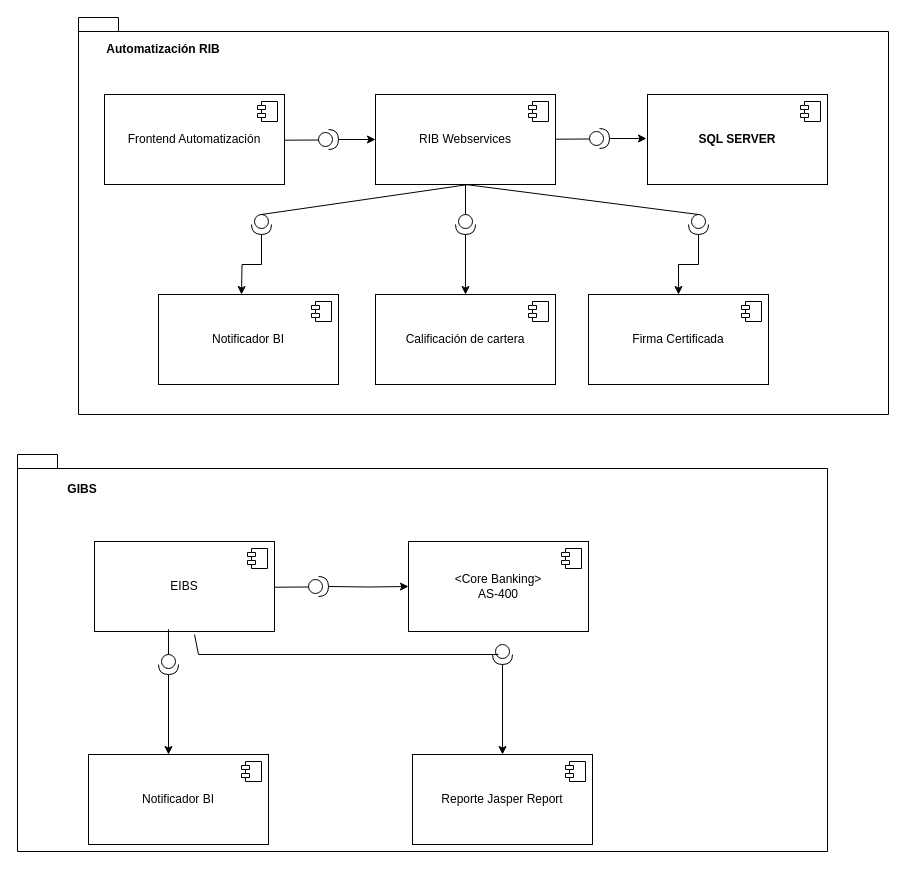
Earlier version of the draw.io diagram page "Página-1" (1 of 2) of DigramaComponentes.drawio (GonzaloDavid/diagramas). Source tidied: cells renumbered, new cells numbered last; positions are measured from the earlier drawing's top-left corner, leaving out a move shared by most shapes. Both pictures are drawn from the tidied source at 100%, with x=0, y=0 at pixel (17, 17).
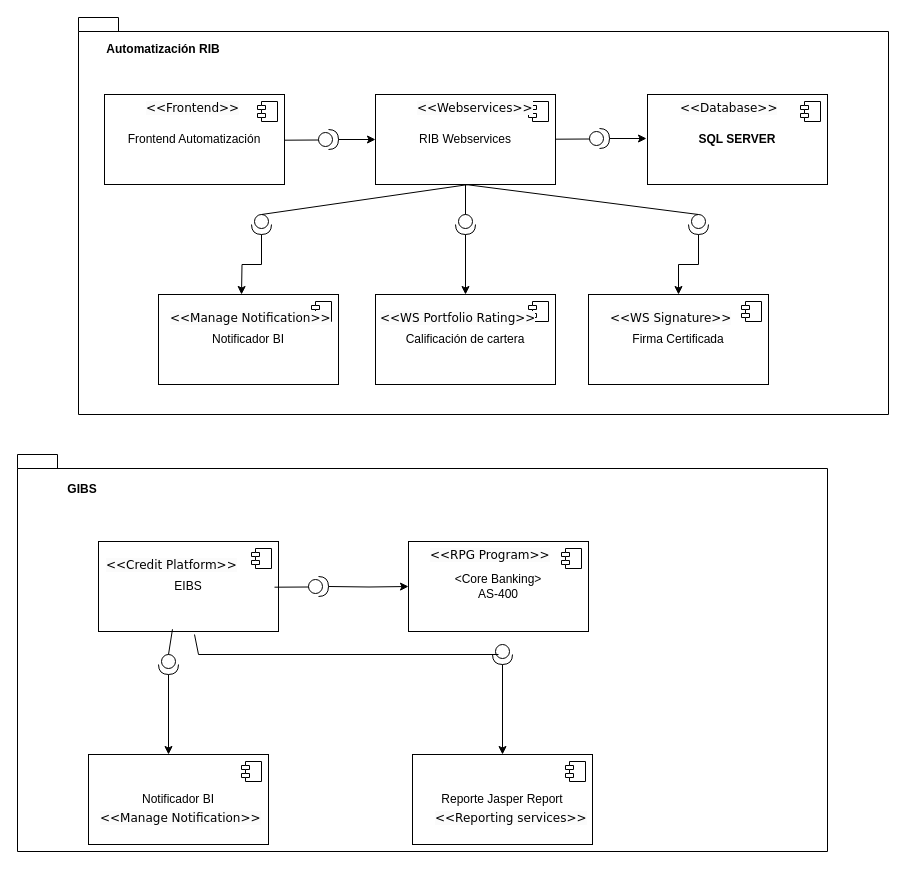
The same page after the edit.

The edit, as a diff of the source:
```diff
@@
     <mxCell id="34" value="EIBS" style="html=1;whiteSpace=wrap;" parent="1" vertex="1">
-      <mxGeometry x="77" y="524" width="180" height="90" as="geometry" />
+      <mxGeometry x="81" y="524" width="180" height="90" as="geometry" />
     </mxCell>
@@
+    <mxCell id="50" value="&lt;span style=&quot;color: rgb(0, 0, 0); font-family: Verdana; font-size: 12px; font-style: normal; font-variant-ligatures: normal; font-variant-caps: normal; font-weight: 400; letter-spacing: normal; orphans: 2; text-align: center; text-indent: 0px; text-transform: none; widows: 2; word-spacing: 0px; -webkit-text-stroke-width: 0px; white-space: nowrap; background-color: rgb(251, 251, 251); text-decoration-thickness: initial; text-decoration-style: initial; text-decoration-color: initial; display: inline !important; float: none;&quot;&gt;&amp;lt;&amp;lt;Frontend&amp;gt;&amp;gt;&lt;/span&gt;" style="text;whiteSpace=wrap;html=1;" parent="1" vertex="1">
+      <mxGeometry x="127" y="77" width="100" height="25" as="geometry" />
+    </mxCell>
+    <mxCell id="51" value="&lt;span style=&quot;color: rgb(0, 0, 0); font-family: Verdana; font-size: 12px; font-style: normal; font-variant-ligatures: normal; font-variant-caps: normal; font-weight: 400; letter-spacing: normal; orphans: 2; text-align: center; text-indent: 0px; text-transform: none; widows: 2; word-spacing: 0px; -webkit-text-stroke-width: 0px; white-space: nowrap; background-color: rgb(251, 251, 251); text-decoration-thickness: initial; text-decoration-style: initial; text-decoration-color: initial; display: inline !important; float: none;&quot;&gt;&amp;lt;&amp;lt;Webservices&amp;gt;&amp;gt;&lt;/span&gt;" style="text;whiteSpace=wrap;html=1;" parent="1" vertex="1">
+      <mxGeometry x="398" y="77" width="100" height="25" as="geometry" />
+    </mxCell>
+    <mxCell id="52" value="&lt;span style=&quot;color: rgb(0, 0, 0); font-family: Verdana; font-size: 12px; font-style: normal; font-variant-ligatures: normal; font-variant-caps: normal; font-weight: 400; letter-spacing: normal; orphans: 2; text-align: center; text-indent: 0px; text-transform: none; widows: 2; word-spacing: 0px; -webkit-text-stroke-width: 0px; white-space: nowrap; background-color: rgb(251, 251, 251); text-decoration-thickness: initial; text-decoration-style: initial; text-decoration-color: initial; display: inline !important; float: none;&quot;&gt;&amp;lt;&amp;lt;Database&amp;gt;&amp;gt;&lt;/span&gt;" style="text;whiteSpace=wrap;html=1;" parent="1" vertex="1">
+      <mxGeometry x="661" y="77" width="100" height="25" as="geometry" />
+    </mxCell>
+    <mxCell id="53" value="&lt;span style=&quot;color: rgb(0, 0, 0); font-family: Verdana; font-size: 12px; font-style: normal; font-variant-ligatures: normal; font-variant-caps: normal; font-weight: 400; letter-spacing: normal; orphans: 2; text-align: center; text-indent: 0px; text-transform: none; widows: 2; word-spacing: 0px; -webkit-text-stroke-width: 0px; white-space: nowrap; background-color: rgb(251, 251, 251); text-decoration-thickness: initial; text-decoration-style: initial; text-decoration-color: initial; display: inline !important; float: none;&quot;&gt;&amp;lt;&amp;lt;Manage Notification&amp;gt;&amp;gt;&lt;/span&gt;" style="text;whiteSpace=wrap;html=1;" parent="1" vertex="1">
+      <mxGeometry x="151" y="287" width="100" height="25" as="geometry" />
+    </mxCell>
+    <mxCell id="54" value="&lt;span style=&quot;color: rgb(0, 0, 0); font-family: Verdana; font-size: 12px; font-style: normal; font-variant-ligatures: normal; font-variant-caps: normal; font-weight: 400; letter-spacing: normal; orphans: 2; text-align: center; text-indent: 0px; text-transform: none; widows: 2; word-spacing: 0px; -webkit-text-stroke-width: 0px; white-space: nowrap; background-color: rgb(251, 251, 251); text-decoration-thickness: initial; text-decoration-style: initial; text-decoration-color: initial; display: inline !important; float: none;&quot;&gt;&amp;lt;&amp;lt;WS Portfolio Rating&amp;gt;&amp;gt;&lt;/span&gt;" style="text;whiteSpace=wrap;html=1;" parent="1" vertex="1">
+      <mxGeometry x="361" y="287" width="100" height="25" as="geometry" />
+    </mxCell>
+    <mxCell id="55" value="&lt;span style=&quot;color: rgb(0, 0, 0); font-family: Verdana; font-size: 12px; font-style: normal; font-variant-ligatures: normal; font-variant-caps: normal; font-weight: 400; letter-spacing: normal; orphans: 2; text-align: center; text-indent: 0px; text-transform: none; widows: 2; word-spacing: 0px; -webkit-text-stroke-width: 0px; white-space: nowrap; background-color: rgb(251, 251, 251); text-decoration-thickness: initial; text-decoration-style: initial; text-decoration-color: initial; display: inline !important; float: none;&quot;&gt;&amp;lt;&amp;lt;WS Signature&amp;gt;&amp;gt;&lt;/span&gt;" style="text;whiteSpace=wrap;html=1;" parent="1" vertex="1">
+      <mxGeometry x="591" y="287" width="100" height="25" as="geometry" />
+    </mxCell>
+    <mxCell id="56" value="&lt;span style=&quot;color: rgb(0, 0, 0); font-family: Verdana; font-size: 12px; font-style: normal; font-variant-ligatures: normal; font-variant-caps: normal; font-weight: 400; letter-spacing: normal; orphans: 2; text-align: center; text-indent: 0px; text-transform: none; widows: 2; word-spacing: 0px; -webkit-text-stroke-width: 0px; white-space: nowrap; background-color: rgb(251, 251, 251); text-decoration-thickness: initial; text-decoration-style: initial; text-decoration-color: initial; display: inline !important; float: none;&quot;&gt;&amp;lt;&amp;lt;Credit Platform&amp;gt;&amp;gt;&lt;/span&gt;" style="text;whiteSpace=wrap;html=1;" parent="1" vertex="1">
+      <mxGeometry x="87" y="534" width="100" height="25" as="geometry" />
+    </mxCell>
+    <mxCell id="57" value="&lt;span style=&quot;color: rgb(0, 0, 0); font-family: Verdana; font-size: 12px; font-style: normal; font-variant-ligatures: normal; font-variant-caps: normal; font-weight: 400; letter-spacing: normal; orphans: 2; text-align: center; text-indent: 0px; text-transform: none; widows: 2; word-spacing: 0px; -webkit-text-stroke-width: 0px; white-space: nowrap; background-color: rgb(251, 251, 251); text-decoration-thickness: initial; text-decoration-style: initial; text-decoration-color: initial; display: inline !important; float: none;&quot;&gt;&amp;lt;&amp;lt;RPG Program&amp;gt;&amp;gt;&lt;/span&gt;" style="text;whiteSpace=wrap;html=1;" parent="1" vertex="1">
+      <mxGeometry x="411" y="524" width="100" height="25" as="geometry" />
+    </mxCell>
+    <mxCell id="58" value="&lt;span style=&quot;color: rgb(0, 0, 0); font-family: Verdana; font-size: 12px; font-style: normal; font-variant-ligatures: normal; font-variant-caps: normal; font-weight: 400; letter-spacing: normal; orphans: 2; text-align: center; text-indent: 0px; text-transform: none; widows: 2; word-spacing: 0px; -webkit-text-stroke-width: 0px; white-space: nowrap; background-color: rgb(251, 251, 251); text-decoration-thickness: initial; text-decoration-style: initial; text-decoration-color: initial; display: inline !important; float: none;&quot;&gt;&amp;lt;&amp;lt;Reporting services&amp;gt;&amp;gt;&lt;/span&gt;" style="text;whiteSpace=wrap;html=1;" parent="1" vertex="1">
+      <mxGeometry x="416" y="787" width="100" height="25" as="geometry" />
+    </mxCell>
+    <mxCell id="59" value="&lt;span style=&quot;color: rgb(0, 0, 0); font-family: Verdana; font-size: 12px; font-style: normal; font-variant-ligatures: normal; font-variant-caps: normal; font-weight: 400; letter-spacing: normal; orphans: 2; text-align: center; text-indent: 0px; text-transform: none; widows: 2; word-spacing: 0px; -webkit-text-stroke-width: 0px; white-space: nowrap; background-color: rgb(251, 251, 251); text-decoration-thickness: initial; text-decoration-style: initial; text-decoration-color: initial; display: inline !important; float: none;&quot;&gt;&amp;lt;&amp;lt;Manage Notification&amp;gt;&amp;gt;&lt;/span&gt;" style="text;whiteSpace=wrap;html=1;" parent="1" vertex="1">
+      <mxGeometry x="81" y="787" width="100" height="25" as="geometry" />
+    </mxCell>
```
